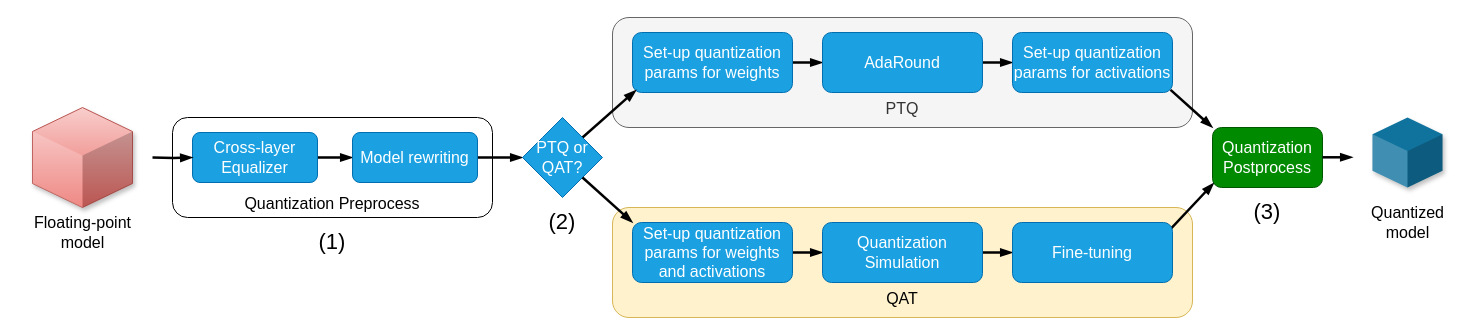
This is Untitled Diagram.drawio from hoangtv2000/document-collection, a draw.io file, before an edit. Source tidied: cells renumbered, new cells numbered last; positions are measured from the earlier drawing's top-left corner, leaving out a move shared by most shapes. Both pictures are drawn from the tidied source at 100%, with x=0, y=0 at pixel (22, 17).
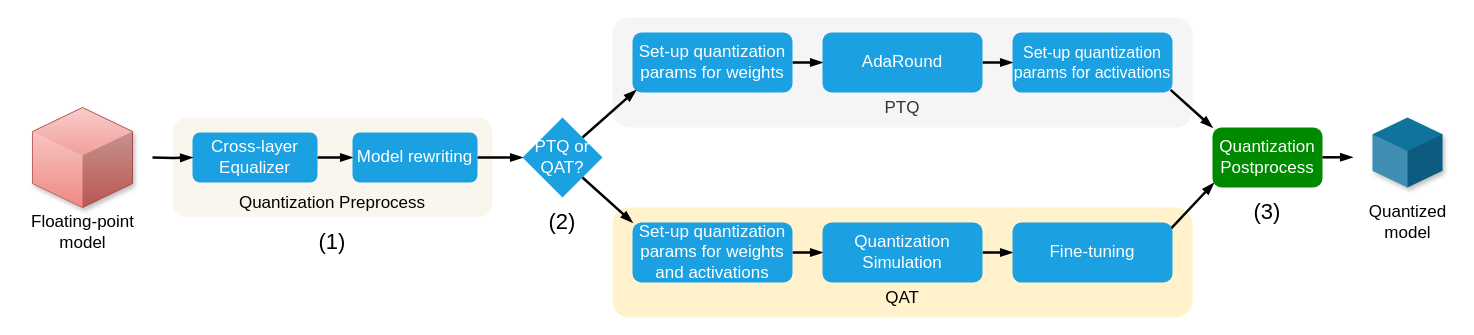
The same diagram, later.

What changed in the source:
```diff
@@
-    <mxCell id="2" value="&lt;div&gt;&lt;br&gt;&lt;/div&gt;&lt;div&gt;&lt;br&gt;&lt;/div&gt;&lt;div&gt;&lt;br&gt;&lt;/div&gt;&lt;div&gt;&lt;br&gt;&lt;/div&gt;&lt;div&gt;&lt;br&gt;&lt;/div&gt;&lt;div&gt;&lt;span style=&quot;font-size: 16px;&quot;&gt;PTQ&lt;/span&gt;&lt;/div&gt;" style="rounded=1;whiteSpace=wrap;html=1;fillColor=#f5f5f5;strokeColor=#666666;fontColor=#333333;" parent="1" vertex="1">
+    <mxCell id="2" value="&lt;div&gt;&lt;br&gt;&lt;/div&gt;&lt;div&gt;&lt;br&gt;&lt;/div&gt;&lt;div&gt;&lt;br&gt;&lt;/div&gt;&lt;div&gt;&lt;br&gt;&lt;/div&gt;&lt;div&gt;&lt;br&gt;&lt;/div&gt;&lt;div&gt;&lt;font style=&quot;font-size: 17px;&quot;&gt;PTQ&lt;/font&gt;&lt;/div&gt;" style="rounded=1;whiteSpace=wrap;html=1;fillColor=#f5f5f5;strokeColor=none;fontColor=#333333;" parent="1" vertex="1">
       <mxGeometry x="590" width="580" height="110" as="geometry" />
     </mxCell>
@@
-    <mxCell id="4" value="Set-up quantization&lt;br&gt;params for weights" style="rounded=1;whiteSpace=wrap;html=1;fillColor=#1ba1e2;strokeColor=#006EAF;fontColor=#ffffff;shadow=0;fontSize=16;" parent="1" vertex="1">
+    <mxCell id="4" value="&lt;font style=&quot;font-size: 17px;&quot;&gt;Set-up quantization&lt;br style=&quot;font-size: 17px;&quot;&gt;params for weights&lt;/font&gt;" style="rounded=1;whiteSpace=wrap;html=1;fillColor=#1ba1e2;strokeColor=none;fontColor=#ffffff;shadow=0;fontSize=17;" parent="1" vertex="1">
       <mxGeometry x="610" y="15" width="160" height="60" as="geometry" />
     </mxCell>
@@
-    <mxCell id="6" value="AdaRound" style="rounded=1;whiteSpace=wrap;html=1;fillColor=#1ba1e2;strokeColor=#006EAF;fontColor=#ffffff;shadow=0;fontSize=16;" parent="1" vertex="1">
+    <mxCell id="6" value="&lt;font style=&quot;font-size: 17px;&quot;&gt;AdaRound&lt;/font&gt;" style="rounded=1;whiteSpace=wrap;html=1;fillColor=#1ba1e2;strokeColor=none;fontColor=#ffffff;shadow=0;fontSize=17;" parent="1" vertex="1">
       <mxGeometry x="800" y="15" width="160" height="60" as="geometry" />
     </mxCell>
-    <mxCell id="7" value="Set-up quantization&lt;br&gt;params for activations" style="rounded=1;whiteSpace=wrap;html=1;fillColor=#1ba1e2;strokeColor=#006EAF;fontColor=#ffffff;shadow=0;fontSize=16;" parent="1" vertex="1">
+    <mxCell id="7" value="&lt;font style=&quot;font-size: 16px;&quot;&gt;Set-up quantization&lt;br&gt;params for activations&lt;/font&gt;" style="rounded=1;whiteSpace=wrap;html=1;fillColor=#1ba1e2;strokeColor=none;fontColor=#ffffff;shadow=0;fontSize=16;" parent="1" vertex="1">
       <mxGeometry x="990" y="15" width="160" height="60" as="geometry" />
     </mxCell>
-    <mxCell id="8" value="&lt;div&gt;&lt;br&gt;&lt;/div&gt;&lt;div&gt;&lt;br&gt;&lt;/div&gt;&lt;div&gt;&lt;br&gt;&lt;/div&gt;&lt;div&gt;&lt;br&gt;&lt;/div&gt;&lt;div&gt;&lt;br&gt;&lt;/div&gt;&lt;div&gt;&lt;font style=&quot;font-size: 16px;&quot;&gt;Quantization Preprocess&lt;/font&gt;&lt;/div&gt;" style="rounded=1;whiteSpace=wrap;html=1;" parent="1" vertex="1">
+    <mxCell id="8" value="&lt;div&gt;&lt;br&gt;&lt;/div&gt;&lt;div&gt;&lt;br&gt;&lt;/div&gt;&lt;div&gt;&lt;br&gt;&lt;/div&gt;&lt;div&gt;&lt;br&gt;&lt;/div&gt;&lt;div&gt;&lt;br&gt;&lt;/div&gt;&lt;div&gt;&lt;font style=&quot;font-size: 17px;&quot;&gt;Quantization Preprocess&lt;/font&gt;&lt;/div&gt;" style="rounded=1;whiteSpace=wrap;html=1;fillColor=#f9f7ed;strokeColor=none;" parent="1" vertex="1">
       <mxGeometry x="150" y="100" width="320" height="100" as="geometry" />
     </mxCell>
-    <mxCell id="9" value="&lt;div&gt;&lt;br&gt;&lt;/div&gt;&lt;div&gt;&lt;br&gt;&lt;/div&gt;&lt;div&gt;&lt;br&gt;&lt;/div&gt;&lt;div&gt;&lt;br&gt;&lt;/div&gt;&lt;div&gt;&lt;br&gt;&lt;/div&gt;&lt;div&gt;&lt;font style=&quot;font-size: 16px;&quot;&gt;QAT&lt;/font&gt;&lt;/div&gt;" style="rounded=1;whiteSpace=wrap;html=1;fillColor=#fff2cc;strokeColor=#d6b656;" parent="1" vertex="1">
+    <mxCell id="9" value="&lt;div&gt;&lt;br&gt;&lt;/div&gt;&lt;div&gt;&lt;br&gt;&lt;/div&gt;&lt;div&gt;&lt;br&gt;&lt;/div&gt;&lt;div&gt;&lt;br&gt;&lt;/div&gt;&lt;div&gt;&lt;br&gt;&lt;/div&gt;&lt;div&gt;&lt;font style=&quot;font-size: 17px;&quot;&gt;QAT&lt;/font&gt;&lt;/div&gt;" style="rounded=1;whiteSpace=wrap;html=1;fillColor=#fff2cc;strokeColor=none;" parent="1" vertex="1">
       <mxGeometry x="590" y="190" width="580" height="110" as="geometry" />
     </mxCell>
@@
-    <mxCell id="11" value="&lt;font style=&quot;font-size: 16px;&quot;&gt;Floating-point&lt;br&gt;model&lt;/font&gt;" style="text;html=1;align=center;verticalAlign=middle;strokeColor=none;fillColor=none;" parent="1" vertex="1">
-      <mxGeometry y="190" width="120" height="50" as="geometry" />
+    <mxCell id="11" value="&lt;font style=&quot;font-size: 17px;&quot;&gt;Floating-point&lt;br&gt;model&lt;/font&gt;" style="text;html=1;align=center;verticalAlign=middle;strokeColor=none;fillColor=none;" parent="1" vertex="1">
+      <mxGeometry x="-5" y="190" width="130" height="50" as="geometry" />
     </mxCell>
@@
-    <mxCell id="13" value="&lt;font style=&quot;font-size: 16px;&quot;&gt;Cross-layer Equalizer&lt;/font&gt;" style="rounded=1;whiteSpace=wrap;html=1;fillColor=#1ba1e2;strokeColor=#006EAF;fontColor=#ffffff;shadow=0;fontSize=16;" parent="1" vertex="1">
+    <mxCell id="13" value="&lt;font style=&quot;font-size: 17px;&quot;&gt;Cross-layer Equalizer&lt;/font&gt;" style="rounded=1;whiteSpace=wrap;html=1;fillColor=#1ba1e2;strokeColor=none;fontColor=#ffffff;shadow=0;fontSize=17;" parent="1" vertex="1">
       <mxGeometry x="170" y="115" width="125" height="50" as="geometry" />
     </mxCell>
@@
-    <mxCell id="15" value="Model rewriting" style="rounded=1;whiteSpace=wrap;html=1;fillColor=#1ba1e2;strokeColor=#006EAF;fontColor=#ffffff;shadow=0;fontSize=16;" parent="1" vertex="1">
+    <mxCell id="15" value="&lt;font style=&quot;font-size: 17px;&quot;&gt;Model rewriting&lt;/font&gt;" style="rounded=1;whiteSpace=wrap;html=1;fillColor=#1ba1e2;strokeColor=none;fontColor=#ffffff;shadow=0;fontSize=17;" parent="1" vertex="1">
       <mxGeometry x="330" y="115" width="125" height="50" as="geometry" />
     </mxCell>
@@
-    <mxCell id="18" value="&lt;font style=&quot;font-size: 16px;&quot;&gt;PTQ or&lt;br style=&quot;font-size: 16px;&quot;&gt;QAT?&lt;/font&gt;" style="rhombus;whiteSpace=wrap;html=1;fillColor=#1ba1e2;strokeColor=#006EAF;fontColor=#ffffff;rounded=1;arcSize=0;shadow=0;fontSize=16;" parent="1" vertex="1">
+    <mxCell id="18" value="&lt;font style=&quot;font-size: 17px;&quot;&gt;PTQ or&lt;br style=&quot;font-size: 17px;&quot;&gt;QAT?&lt;/font&gt;" style="rhombus;whiteSpace=wrap;html=1;fillColor=#1ba1e2;strokeColor=none;fontColor=#ffffff;rounded=1;arcSize=0;shadow=0;fontSize=17;" parent="1" vertex="1">
       <mxGeometry x="500" y="100" width="80" height="80" as="geometry" />
     </mxCell>
@@
-    <mxCell id="20" value="Set-up quantization&lt;br&gt;params for weights and activations" style="rounded=1;whiteSpace=wrap;html=1;fillColor=#1ba1e2;strokeColor=#006EAF;fontColor=#ffffff;shadow=0;fontSize=16;" parent="1" vertex="1">
+    <mxCell id="20" value="&lt;font style=&quot;font-size: 17px;&quot;&gt;Set-up quantization&lt;br style=&quot;font-size: 17px;&quot;&gt;params for weights and activations&lt;/font&gt;" style="rounded=1;whiteSpace=wrap;html=1;fillColor=#1ba1e2;strokeColor=none;fontColor=#ffffff;shadow=0;fontSize=17;" parent="1" vertex="1">
       <mxGeometry x="610" y="205" width="160" height="60" as="geometry" />
     </mxCell>
@@
-    <mxCell id="25" value="&lt;span style=&quot;font-size: 16px;&quot;&gt;Quantized&lt;br&gt;model&lt;/span&gt;" style="text;html=1;align=center;verticalAlign=middle;strokeColor=none;fillColor=none;" parent="1" vertex="1">
+    <mxCell id="25" value="&lt;span style=&quot;font-size: 17px;&quot;&gt;Quantized&lt;br&gt;model&lt;/span&gt;" style="text;html=1;align=center;verticalAlign=middle;strokeColor=none;fillColor=none;" parent="1" vertex="1">
       <mxGeometry x="1335" y="180" width="100" height="50" as="geometry" />
     </mxCell>
@@
-    <mxCell id="27" value="&lt;span style=&quot;font-size: 16px;&quot;&gt;Quantization&lt;/span&gt;&lt;br style=&quot;font-size: 16px;&quot;&gt;&lt;span style=&quot;font-size: 16px;&quot;&gt;Postprocess&lt;/span&gt;" style="rounded=1;whiteSpace=wrap;html=1;fillColor=#008a00;strokeColor=#005700;shadow=0;fontColor=#ffffff;fontSize=16;" parent="1" vertex="1">
+    <mxCell id="27" value="&lt;font style=&quot;font-size: 17px;&quot;&gt;Quantization&lt;br style=&quot;font-size: 17px;&quot;&gt;Postprocess&lt;/font&gt;" style="rounded=1;whiteSpace=wrap;html=1;fillColor=#008a00;strokeColor=none;shadow=0;fontColor=#ffffff;fontSize=17;" parent="1" vertex="1">
       <mxGeometry x="1190" y="110" width="110" height="60" as="geometry" />
     </mxCell>
@@
-    <mxCell id="29" value="Quantization Simulation" style="rounded=1;whiteSpace=wrap;html=1;fillColor=#1ba1e2;strokeColor=#006EAF;fontColor=#ffffff;shadow=0;fontSize=16;" parent="1" vertex="1">
+    <mxCell id="29" value="&lt;font style=&quot;font-size: 17px;&quot;&gt;Quantization Simulation&lt;/font&gt;" style="rounded=1;whiteSpace=wrap;html=1;fillColor=#1ba1e2;strokeColor=none;fontColor=#ffffff;shadow=0;fontSize=17;" parent="1" vertex="1">
       <mxGeometry x="800" y="205" width="160" height="60" as="geometry" />
     </mxCell>
-    <mxCell id="30" value="Fine-tuning" style="rounded=1;whiteSpace=wrap;html=1;fillColor=#1ba1e2;strokeColor=#006EAF;fontColor=#ffffff;shadow=0;fontSize=16;" parent="1" vertex="1">
+    <mxCell id="30" value="&lt;font style=&quot;font-size: 17px;&quot;&gt;Fine-tuning&lt;/font&gt;" style="rounded=1;whiteSpace=wrap;html=1;fillColor=#1ba1e2;strokeColor=none;fontColor=#ffffff;shadow=0;fontSize=17;" parent="1" vertex="1">
       <mxGeometry x="990" y="205" width="160" height="60" as="geometry" />
     </mxCell>
```
